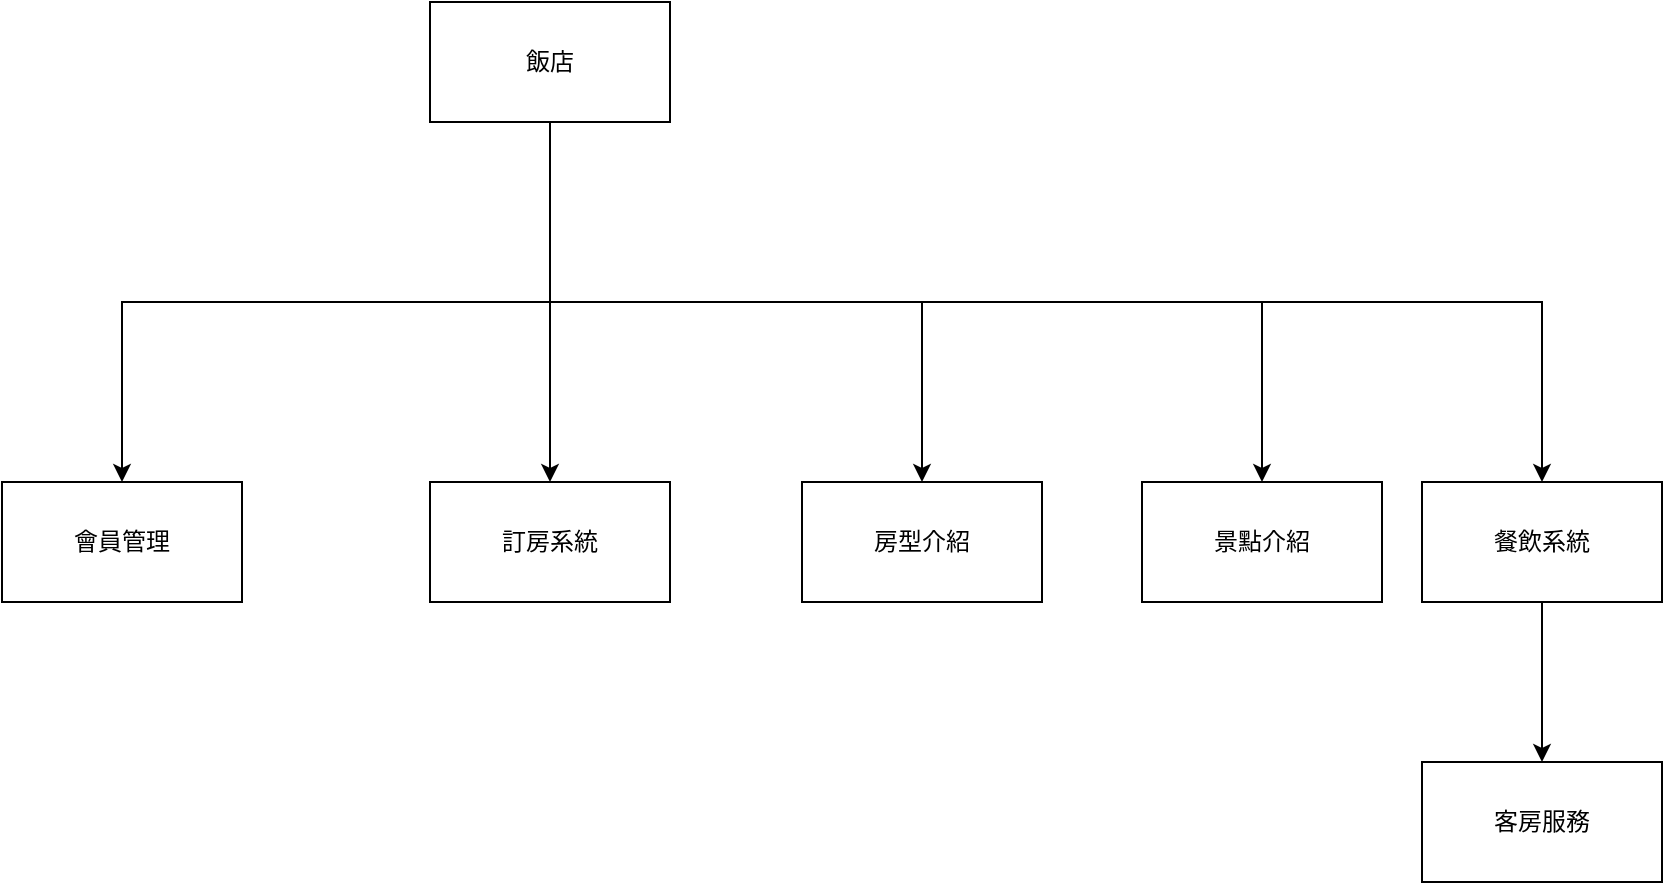
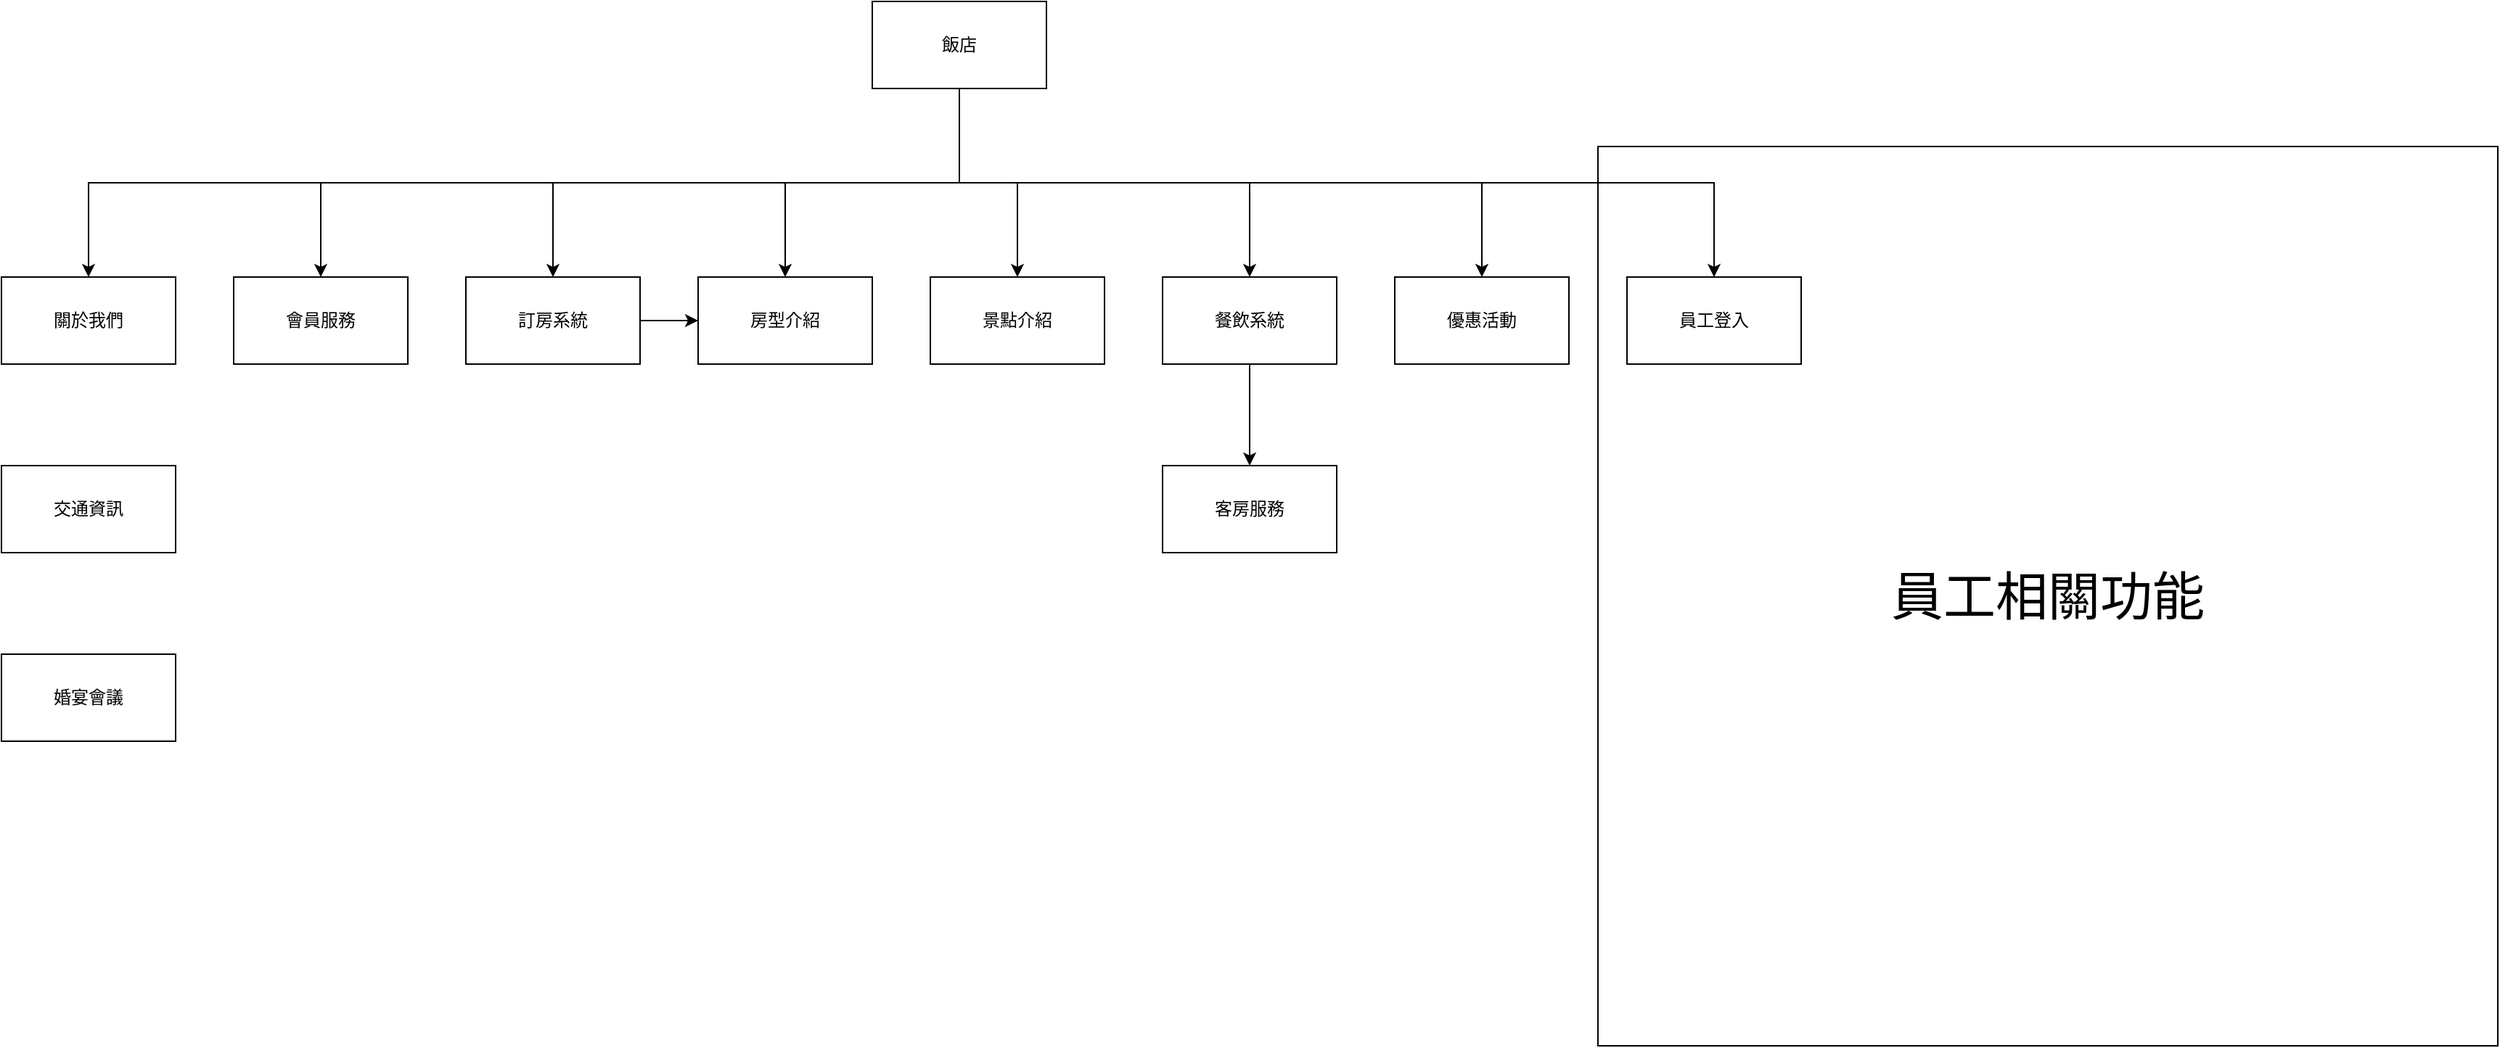
<mxfile host="app.diagrams.net">
  <diagram name="第1頁" id="BZ6GNqRuLozJhOzkGnNW">
-     <mxGraphModel dx="2183" dy="751" grid="1" gridSize="10" guides="1" tooltips="1" connect="1" arrows="1" fold="1" page="1" pageScale="1" pageWidth="827" pageHeight="1169" math="0" shadow="0">
+     <mxGraphModel dx="2422" dy="884" grid="1" gridSize="10" guides="1" tooltips="1" connect="1" arrows="1" fold="1" page="1" pageScale="1" pageWidth="827" pageHeight="1169" math="0" shadow="0">
      <root>
        <mxCell id="0" />
        <mxCell id="1" parent="0" />
-         <mxCell id="yC6JHNVzJhNCBKJ2GHzk-6" edge="1" parent="1" source="yC6JHNVzJhNCBKJ2GHzk-1" style="edgeStyle=orthogonalEdgeStyle;rounded=0;orthogonalLoop=1;jettySize=auto;html=1;" target="yC6JHNVzJhNCBKJ2GHzk-3">
+         <mxCell id="0L1ha0Y1W9vZojf1mFdS-11" parent="1" style="whiteSpace=wrap;html=1;aspect=fixed;fillColor=none;" value="&lt;font style=&quot;font-size: 36px;&quot;&gt;員工相關功能&lt;/font&gt;" vertex="1">
+           <mxGeometry height="620" width="620" x="740" y="180" as="geometry" />
+         </mxCell>
+         <mxCell id="yC6JHNVzJhNCBKJ2GHzk-6" edge="1" parent="1" source="yC6JHNVzJhNCBKJ2GHzk-1" style="edgeStyle=orthogonalEdgeStyle;rounded=0;orthogonalLoop=1;jettySize=auto;html=1;exitX=0.5;exitY=1;exitDx=0;exitDy=0;" target="yC6JHNVzJhNCBKJ2GHzk-3">
          <mxGeometry relative="1" as="geometry" />
        </mxCell>
        <mxCell id="yC6JHNVzJhNCBKJ2GHzk-9" edge="1" parent="1" source="yC6JHNVzJhNCBKJ2GHzk-1" style="edgeStyle=orthogonalEdgeStyle;rounded=0;orthogonalLoop=1;jettySize=auto;html=1;exitX=0.5;exitY=1;exitDx=0;exitDy=0;" target="yC6JHNVzJhNCBKJ2GHzk-4">
          <mxGeometry relative="1" as="geometry" />
        </mxCell>
        <mxCell id="yC6JHNVzJhNCBKJ2GHzk-14" edge="1" parent="1" source="yC6JHNVzJhNCBKJ2GHzk-1" style="edgeStyle=orthogonalEdgeStyle;rounded=0;orthogonalLoop=1;jettySize=auto;html=1;exitX=0.5;exitY=1;exitDx=0;exitDy=0;" target="yC6JHNVzJhNCBKJ2GHzk-2">
          <mxGeometry relative="1" as="geometry" />
        </mxCell>
        <mxCell id="yC6JHNVzJhNCBKJ2GHzk-16" edge="1" parent="1" source="yC6JHNVzJhNCBKJ2GHzk-1" style="edgeStyle=orthogonalEdgeStyle;rounded=0;orthogonalLoop=1;jettySize=auto;html=1;exitX=0.5;exitY=1;exitDx=0;exitDy=0;" target="yC6JHNVzJhNCBKJ2GHzk-10">
          <mxGeometry relative="1" as="geometry" />
        </mxCell>
        <mxCell id="yC6JHNVzJhNCBKJ2GHzk-18" edge="1" parent="1" source="yC6JHNVzJhNCBKJ2GHzk-1" style="edgeStyle=orthogonalEdgeStyle;rounded=0;orthogonalLoop=1;jettySize=auto;html=1;exitX=0.5;exitY=1;exitDx=0;exitDy=0;" target="yC6JHNVzJhNCBKJ2GHzk-17">
          <mxGeometry relative="1" as="geometry" />
        </mxCell>
+         <mxCell id="0L1ha0Y1W9vZojf1mFdS-3" edge="1" parent="1" source="yC6JHNVzJhNCBKJ2GHzk-1" style="edgeStyle=orthogonalEdgeStyle;rounded=0;orthogonalLoop=1;jettySize=auto;html=1;exitX=0.5;exitY=1;exitDx=0;exitDy=0;" target="0L1ha0Y1W9vZojf1mFdS-1">
+           <mxGeometry relative="1" as="geometry" />
+         </mxCell>
+         <mxCell id="0L1ha0Y1W9vZojf1mFdS-5" edge="1" parent="1" source="yC6JHNVzJhNCBKJ2GHzk-1" style="edgeStyle=orthogonalEdgeStyle;rounded=0;orthogonalLoop=1;jettySize=auto;html=1;exitX=0.5;exitY=1;exitDx=0;exitDy=0;" target="0L1ha0Y1W9vZojf1mFdS-4">
+           <mxGeometry relative="1" as="geometry" />
+         </mxCell>
+         <mxCell id="0L1ha0Y1W9vZojf1mFdS-10" edge="1" parent="1" source="yC6JHNVzJhNCBKJ2GHzk-1" style="edgeStyle=orthogonalEdgeStyle;rounded=0;orthogonalLoop=1;jettySize=auto;html=1;exitX=0.5;exitY=1;exitDx=0;exitDy=0;" target="0L1ha0Y1W9vZojf1mFdS-9">
+           <mxGeometry relative="1" as="geometry" />
+         </mxCell>
        <mxCell id="yC6JHNVzJhNCBKJ2GHzk-1" parent="1" style="rounded=0;whiteSpace=wrap;html=1;" value="飯店" vertex="1">
-           <mxGeometry height="60" width="120" x="174" y="20" as="geometry" />
+           <mxGeometry height="60" width="120" x="240" y="80" as="geometry" />
        </mxCell>
        <mxCell id="yC6JHNVzJhNCBKJ2GHzk-13" edge="1" parent="1" source="yC6JHNVzJhNCBKJ2GHzk-2" style="edgeStyle=orthogonalEdgeStyle;rounded=0;orthogonalLoop=1;jettySize=auto;html=1;" target="yC6JHNVzJhNCBKJ2GHzk-7">
          <mxGeometry relative="1" as="geometry" />
        </mxCell>
        <mxCell id="yC6JHNVzJhNCBKJ2GHzk-2" parent="1" style="rounded=0;whiteSpace=wrap;html=1;" value="餐飲系統" vertex="1">
-           <mxGeometry height="60" width="120" x="670" y="260" as="geometry" />
+           <mxGeometry height="60" width="120" x="440" y="270" as="geometry" />
+         </mxCell>
+         <mxCell id="0L1ha0Y1W9vZojf1mFdS-8" edge="1" parent="1" source="yC6JHNVzJhNCBKJ2GHzk-3" style="edgeStyle=orthogonalEdgeStyle;rounded=0;orthogonalLoop=1;jettySize=auto;html=1;" target="yC6JHNVzJhNCBKJ2GHzk-10">
+           <mxGeometry relative="1" as="geometry" />
        </mxCell>
        <mxCell id="yC6JHNVzJhNCBKJ2GHzk-3" parent="1" style="rounded=0;whiteSpace=wrap;html=1;" value="訂房系統" vertex="1">
-           <mxGeometry height="60" width="120" x="174" y="260" as="geometry" />
+           <mxGeometry height="60" width="120" x="-40" y="270" as="geometry" />
        </mxCell>
-         <mxCell id="yC6JHNVzJhNCBKJ2GHzk-4" parent="1" style="rounded=0;whiteSpace=wrap;html=1;" value="會員管理" vertex="1">
-           <mxGeometry height="60" width="120" x="-40" y="260" as="geometry" />
+         <mxCell id="yC6JHNVzJhNCBKJ2GHzk-4" parent="1" style="rounded=0;whiteSpace=wrap;html=1;" value="會員服務" vertex="1">
+           <mxGeometry height="60" width="120" x="-200" y="270" as="geometry" />
        </mxCell>
        <mxCell id="yC6JHNVzJhNCBKJ2GHzk-7" parent="1" style="rounded=0;whiteSpace=wrap;html=1;" value="客房服務" vertex="1">
-           <mxGeometry height="60" width="120" x="670" y="400" as="geometry" />
+           <mxGeometry height="60" width="120" x="440" y="400" as="geometry" />
        </mxCell>
        <mxCell id="yC6JHNVzJhNCBKJ2GHzk-10" parent="1" style="rounded=0;whiteSpace=wrap;html=1;" value="房型介紹" vertex="1">
-           <mxGeometry height="60" width="120" x="360" y="260" as="geometry" />
+           <mxGeometry height="60" width="120" x="120" y="270" as="geometry" />
        </mxCell>
        <mxCell id="yC6JHNVzJhNCBKJ2GHzk-17" parent="1" style="rounded=0;whiteSpace=wrap;html=1;" value="景點介紹" vertex="1">
-           <mxGeometry height="60" width="120" x="530" y="260" as="geometry" />
+           <mxGeometry height="60" width="120" x="280" y="270" as="geometry" />
+         </mxCell>
+         <mxCell id="0L1ha0Y1W9vZojf1mFdS-1" parent="1" style="rounded=0;whiteSpace=wrap;html=1;" value="關於我們" vertex="1">
+           <mxGeometry height="60" width="120" x="-360" y="270" as="geometry" />
+         </mxCell>
+         <mxCell id="0L1ha0Y1W9vZojf1mFdS-2" parent="1" style="rounded=0;whiteSpace=wrap;html=1;" value="交通資訊" vertex="1">
+           <mxGeometry height="60" width="120" x="-360" y="400" as="geometry" />
+         </mxCell>
+         <mxCell id="0L1ha0Y1W9vZojf1mFdS-4" parent="1" style="rounded=0;whiteSpace=wrap;html=1;" value="員工登入" vertex="1">
+           <mxGeometry height="60" width="120" x="760" y="270" as="geometry" />
+         </mxCell>
+         <mxCell id="0L1ha0Y1W9vZojf1mFdS-6" parent="1" style="whiteSpace=wrap;html=1;" value="婚宴會議" vertex="1">
+           <mxGeometry height="60" width="120" x="-360" y="530" as="geometry" />
+         </mxCell>
+         <mxCell id="0L1ha0Y1W9vZojf1mFdS-9" parent="1" style="rounded=0;whiteSpace=wrap;html=1;" value="優惠活動" vertex="1">
+           <mxGeometry height="60" width="120" x="600" y="270" as="geometry" />
        </mxCell>
      </root>
    </mxGraphModel>
  </diagram>
</mxfile>
